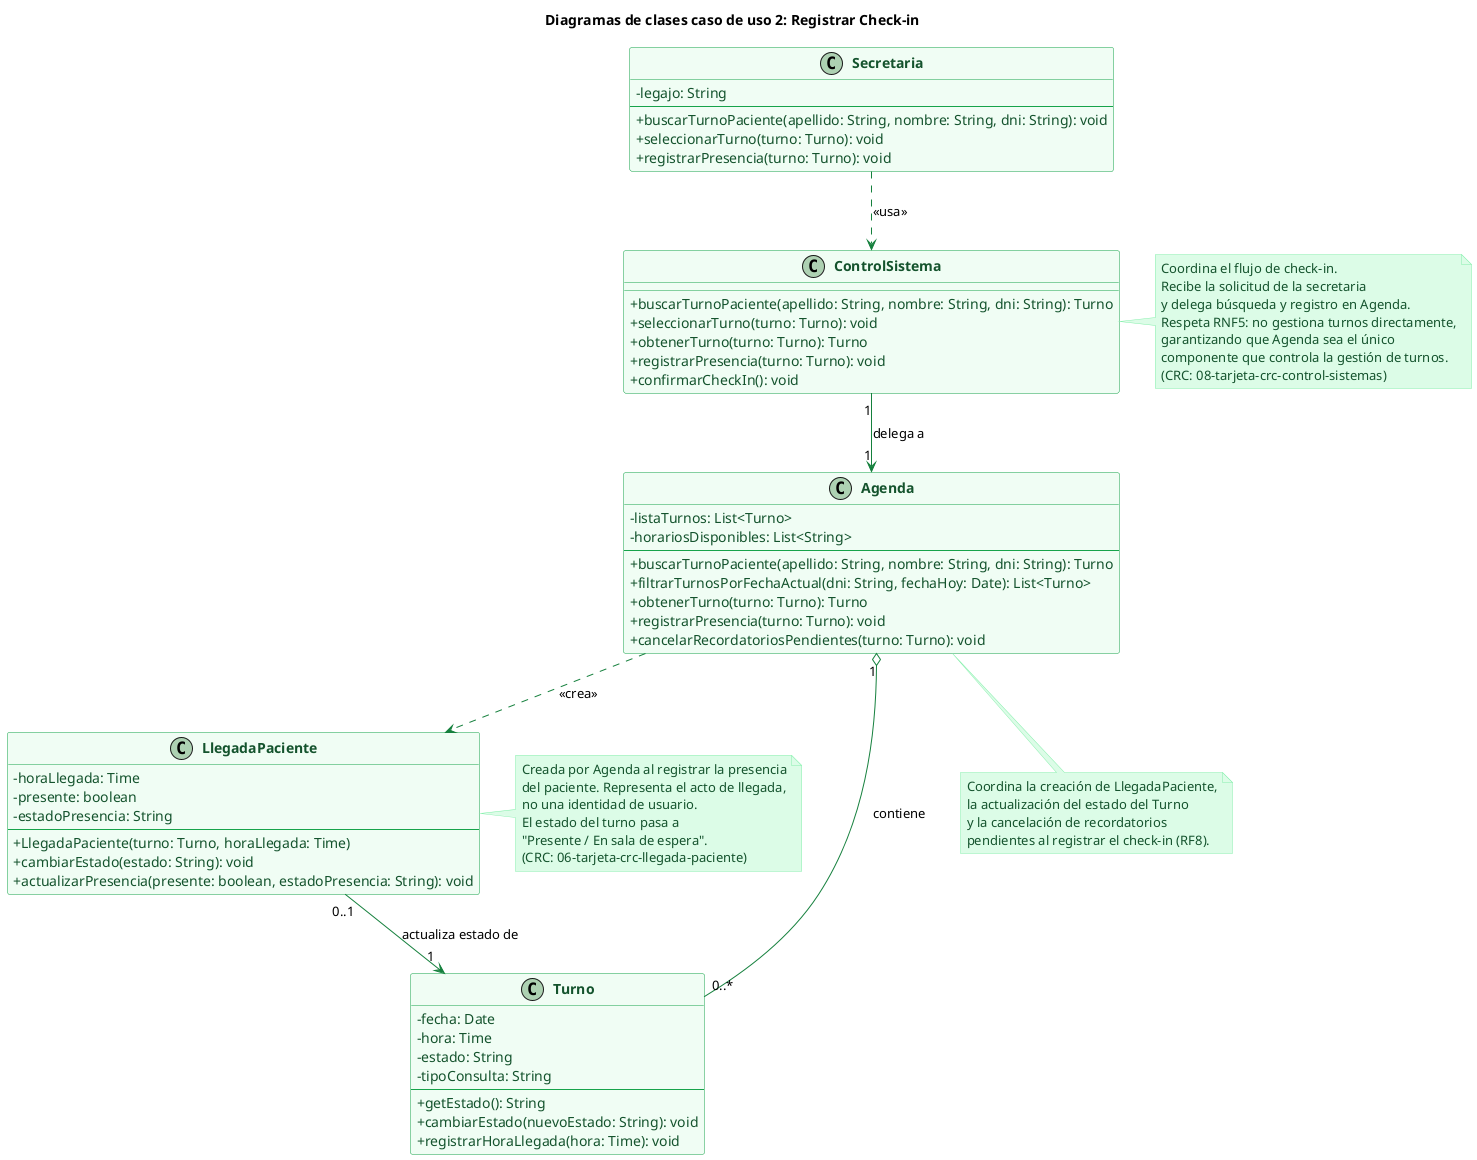
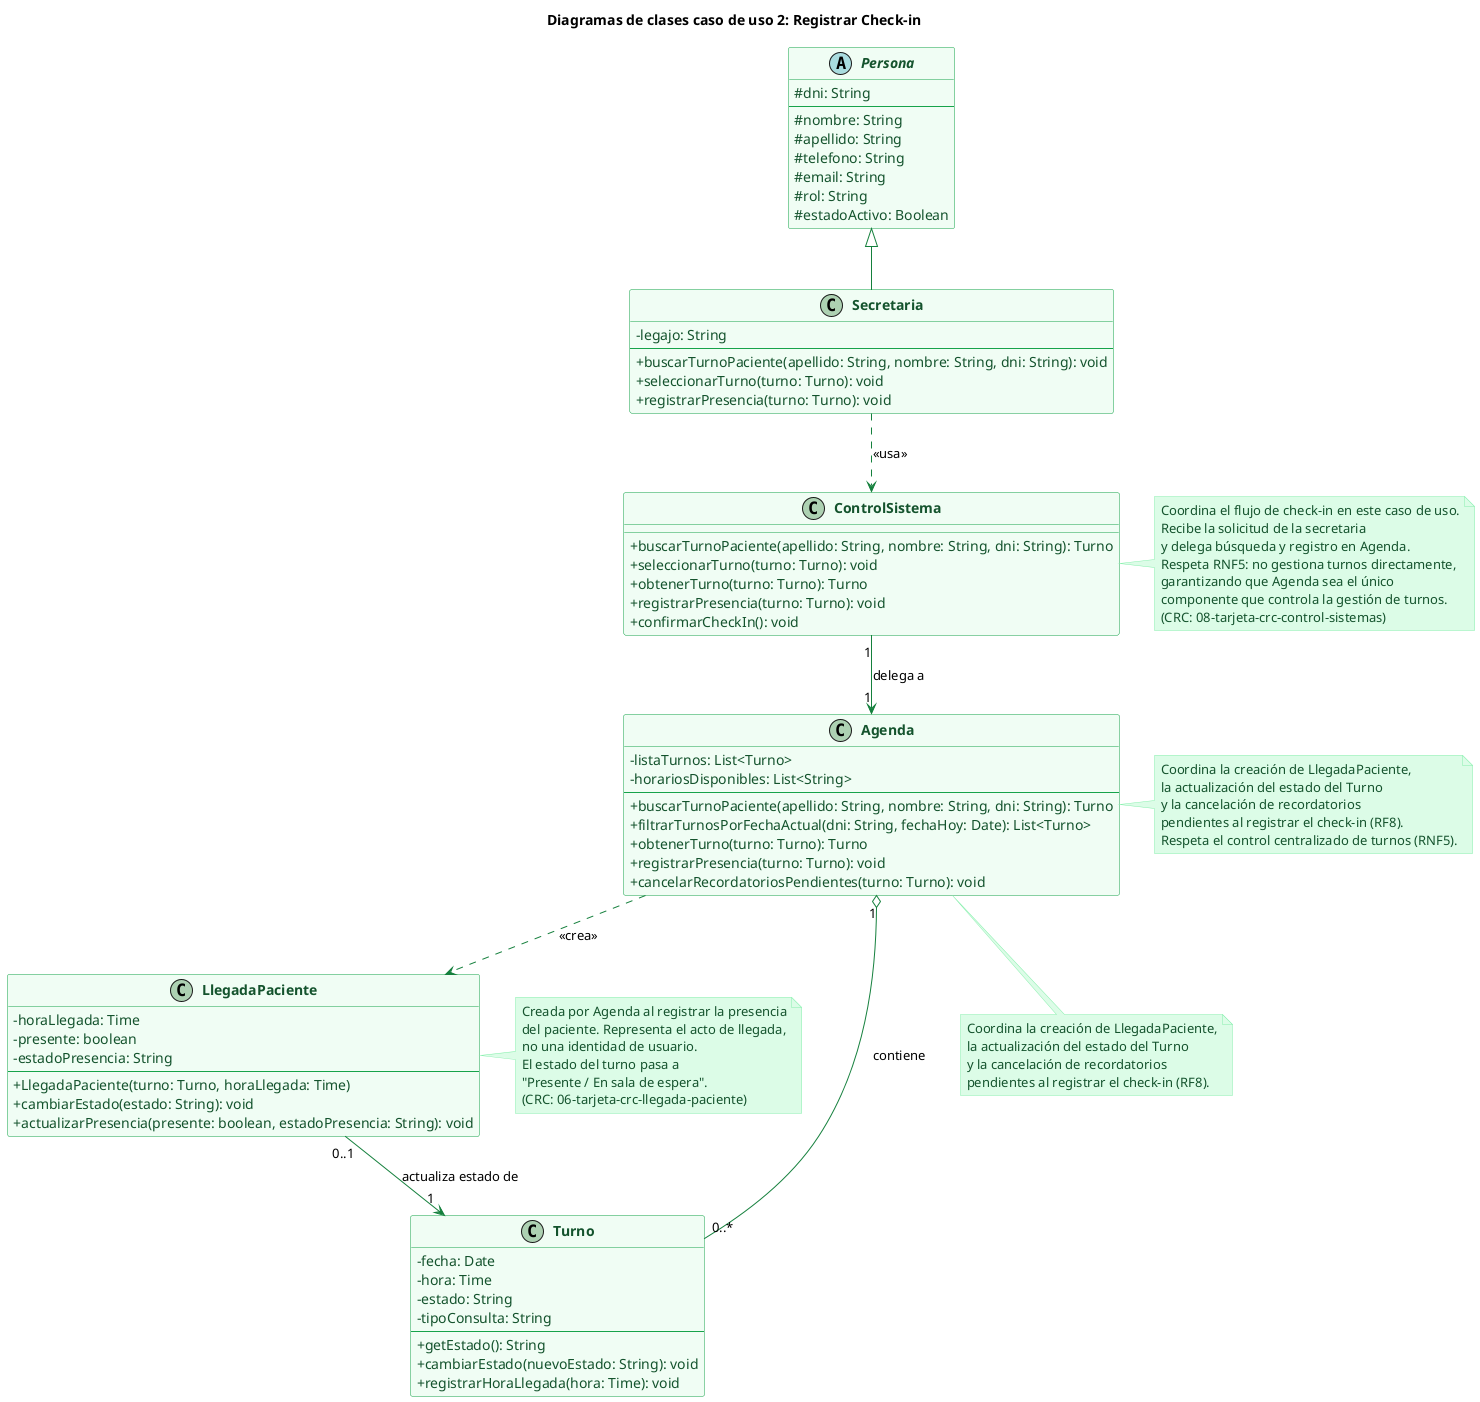
@startuml CU02-Clases-RegistrarCheckin-01

skinparam classAttributeIconSize 0
skinparam class {
    BackgroundColor #F0FDF4
    BorderColor     #16A34A
    ArrowColor      #15803D
    FontColor       #14532D
    AttributeFontColor #14532D
}
skinparam classFontStyle bold
skinparam note {
    BackgroundColor #DCFCE7
    BorderColor     #86EFAC
    FontColor       #14532D
}

title Diagramas de clases caso de uso 2: Registrar Check-in
+ 
+ abstract class Persona {
+     # dni: String
+     --
+     # nombre: String
+     # apellido: String
+     # telefono: String
+     # email: String
+     # rol: String
+     # estadoActivo: Boolean
+ }
+ 
class Secretaria {
    - legajo: String
    --
    + buscarTurnoPaciente(apellido: String, nombre: String, dni: String): void
    + seleccionarTurno(turno: Turno): void
    + registrarPresencia(turno: Turno): void
}
+ 
+ Persona <|-- Secretaria

class ControlSistema {
    + buscarTurnoPaciente(apellido: String, nombre: String, dni: String): Turno
    + seleccionarTurno(turno: Turno): void
    + obtenerTurno(turno: Turno): Turno
    + registrarPresencia(turno: Turno): void
    + confirmarCheckIn(): void
}

class Agenda {
    - listaTurnos: List<Turno>
    - horariosDisponibles: List<String>
    --
    + buscarTurnoPaciente(apellido: String, nombre: String, dni: String): Turno
    + filtrarTurnosPorFechaActual(dni: String, fechaHoy: Date): List<Turno>
    + obtenerTurno(turno: Turno): Turno
    + registrarPresencia(turno: Turno): void
    + cancelarRecordatoriosPendientes(turno: Turno): void
}

class Turno {
    - fecha: Date
    - hora: Time
    - estado: String
    - tipoConsulta: String
    --
    + getEstado(): String
    + cambiarEstado(nuevoEstado: String): void
    + registrarHoraLlegada(hora: Time): void
}

class LlegadaPaciente {
    - horaLlegada: Time
    - presente: boolean
    - estadoPresencia: String
    --
    + LlegadaPaciente(turno: Turno, horaLlegada: Time)
    + cambiarEstado(estado: String): void
    + actualizarPresencia(presente: boolean, estadoPresencia: String): void
}

' ─── Relaciones ────────────────────────────────────────────────
Secretaria      ..>  ControlSistema         : <<usa>>
ControlSistema  "1" -->  "1" Agenda         : delega a
Agenda          "1" o-- "0..*" Turno        : contiene
Agenda          ..>  LlegadaPaciente        : <<crea>>
LlegadaPaciente "0..1" --> "1" Turno        : actualiza estado de

' ─── Notas ─────────────────────────────────────────────────────
note right of LlegadaPaciente
  Creada por Agenda al registrar la presencia
  del paciente. Representa el acto de llegada,
  no una identidad de usuario.
  El estado del turno pasa a
  "Presente / En sala de espera".
  (CRC: 06-tarjeta-crc-llegada-paciente)
end note

note right of ControlSistema
-   Coordina el flujo de check-in.
+   Coordina el flujo de check-in en este caso de uso.
  Recibe la solicitud de la secretaria
  y delega búsqueda y registro en Agenda.
  Respeta RNF5: no gestiona turnos directamente,
  garantizando que Agenda sea el único
  componente que controla la gestión de turnos.
  (CRC: 08-tarjeta-crc-control-sistemas)
+ end note
+ 
+ note right of Agenda
+   Coordina la creación de LlegadaPaciente,
+   la actualización del estado del Turno
+   y la cancelación de recordatorios
+   pendientes al registrar el check-in (RF8).
+   Respeta el control centralizado de turnos (RNF5).
end note

note bottom of Agenda
  Coordina la creación de LlegadaPaciente,
  la actualización del estado del Turno
  y la cancelación de recordatorios
  pendientes al registrar el check-in (RF8).
end note

@enduml
